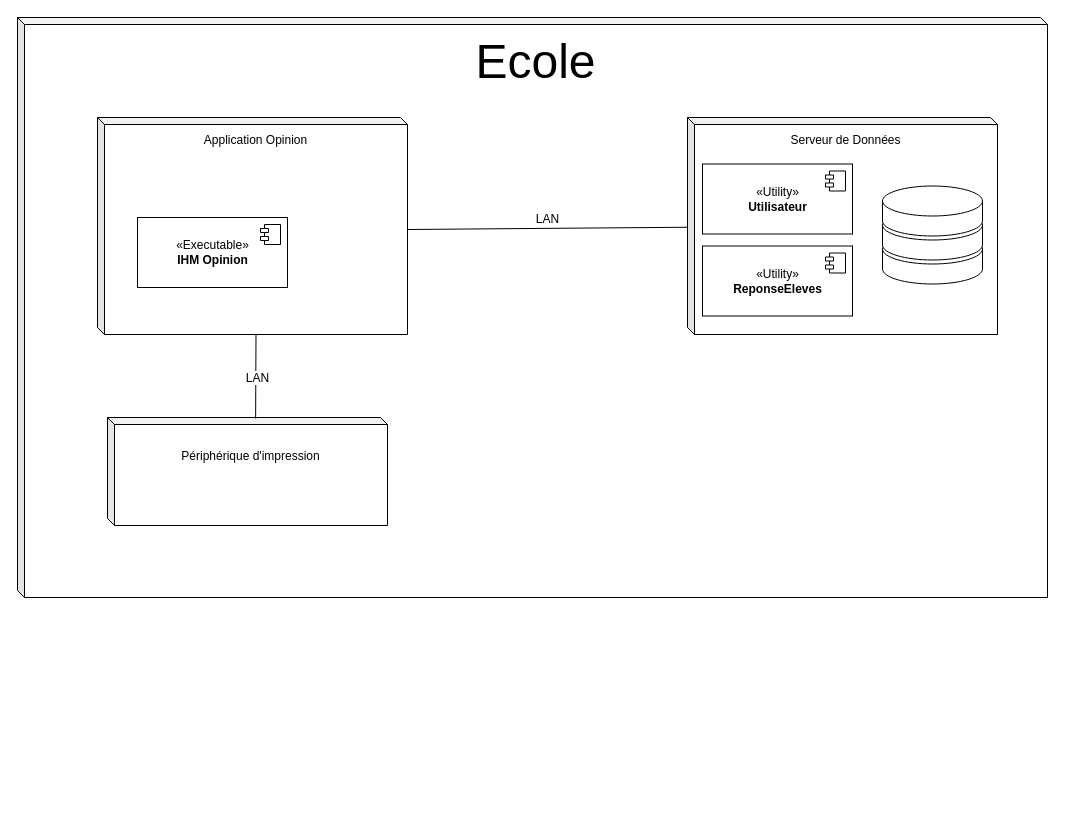
Devetik/Diagrammes keeps this draw.io diagram as DiagrammeDeDeploiement.drawio. Above is the earlier version. Source tidied: cells renumbered, new cells numbered last; positions are measured from the earlier drawing's top-left corner, leaving out a move shared by most shapes. Both pictures are drawn from the tidied source at 100%, with x=0, y=0 at pixel (17, 17).
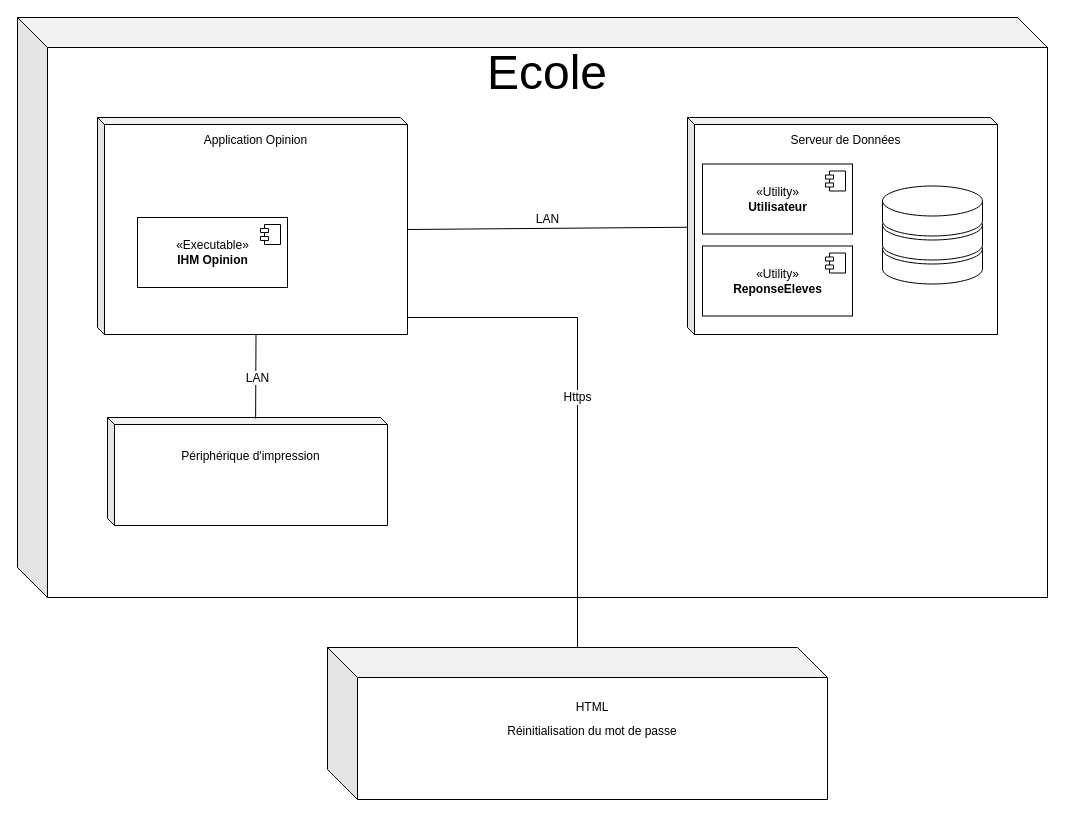
The same diagram, later.

The change refers to these unchanged cells:
```xml
<mxCell id="7" value="&lt;p style=&quot;line-height: 1;&quot;&gt;Application Opinion&lt;/p&gt;" style="shape=cube;whiteSpace=wrap;html=1;boundedLbl=1;backgroundOutline=1;darkOpacity=0.05;darkOpacity2=0.1;size=7;spacing=8;spacingTop=-180;" parent="1" vertex="1">
  <mxGeometry x="80" y="100" width="310" height="217" as="geometry" />
</mxCell>
```

Change to the diagram source:
```diff
@@
-    <mxCell id="2" value="Ecole" style="shape=cube;whiteSpace=wrap;html=1;boundedLbl=1;backgroundOutline=1;darkOpacity=0.05;darkOpacity2=0.1;size=7;spacingTop=-500;fontSize=48;" parent="1" vertex="1">
+    <mxCell id="2" value="Ecole" style="shape=cube;boundedLbl=1;backgroundOutline=1;darkOpacity=0.05;darkOpacity2=0.1;size=30;spacingTop=-500;fontSize=48;labelBackgroundColor=none;labelBorderColor=none;whiteSpace=wrap;html=1;strokeColor=default;shadow=0;sketch=0;" parent="1" vertex="1">
       <mxGeometry width="1030" height="580" as="geometry" />
     </mxCell>
@@
+    <mxCell id="17" value="Https" style="edgeStyle=orthogonalEdgeStyle;rounded=0;jettySize=auto;html=1;fontSize=12;endArrow=none;endFill=0;" parent="1" edge="1" source="7" target="18">
+      <mxGeometry relative="1" as="geometry">
+        <Array as="points">
+          <mxPoint x="560" y="300" />
+        </Array>
+      </mxGeometry>
+    </mxCell>
@@
+    <mxCell id="18" value="&lt;p style=&quot;line-height: 1;&quot;&gt;HTML&lt;/p&gt;&lt;p style=&quot;line-height: 1;&quot;&gt;Réinitialisation du mot de passe&lt;/p&gt;" style="shape=cube;whiteSpace=wrap;html=1;boundedLbl=1;backgroundOutline=1;darkOpacity=0.05;darkOpacity2=0.1;size=30;spacing=8;spacingTop=-40;" parent="1" vertex="1">
+      <mxGeometry x="310" y="630" width="500" height="152" as="geometry" />
+    </mxCell>
```
